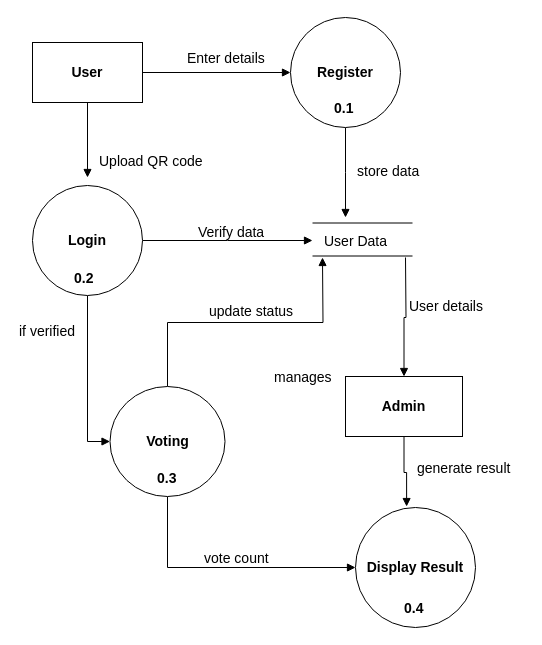
Above: page "Page-1" (1 of 2) of DFD 1 new.drawio in matic14/BLockVote-UML-Diagram (draw.io), before the change. Source tidied: cells renumbered, new cells numbered last; positions are measured from the earlier drawing's top-left corner, leaving out a move shared by most shapes. Both pictures are drawn from the tidied source at 100%, with x=0, y=0 at pixel (17, 17).
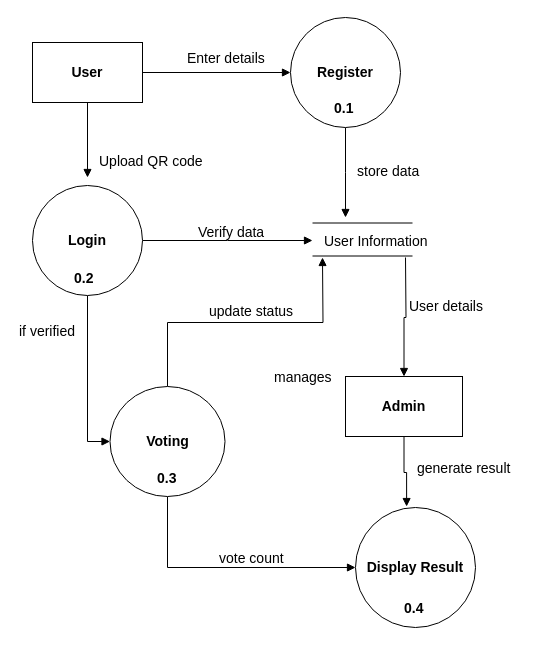
Above is the later version.

Change to the diagram source:
```diff
@@
-    <mxCell id="16" value="User Data" style="text;html=1;align=left;verticalAlign=top;spacingTop=-4;fontSize=14;" parent="1" vertex="1">
-      <mxGeometry x="305" y="213" width="80" height="20" as="geometry" />
+    <mxCell id="16" value="User Information" style="text;html=1;align=left;verticalAlign=top;spacingTop=-4;fontSize=14;" parent="1" vertex="1">
+      <mxGeometry x="305" y="213" width="120" height="20" as="geometry" />
     </mxCell>
     <mxCell id="17" value="vote count" style="text;html=1;align=left;verticalAlign=top;spacingTop=-4;fontSize=14;" parent="1" vertex="1">
-      <mxGeometry x="185" y="530" width="80" height="20" as="geometry" />
+      <mxGeometry x="200" y="530" width="80" height="20" as="geometry" />
     </mxCell>
```
